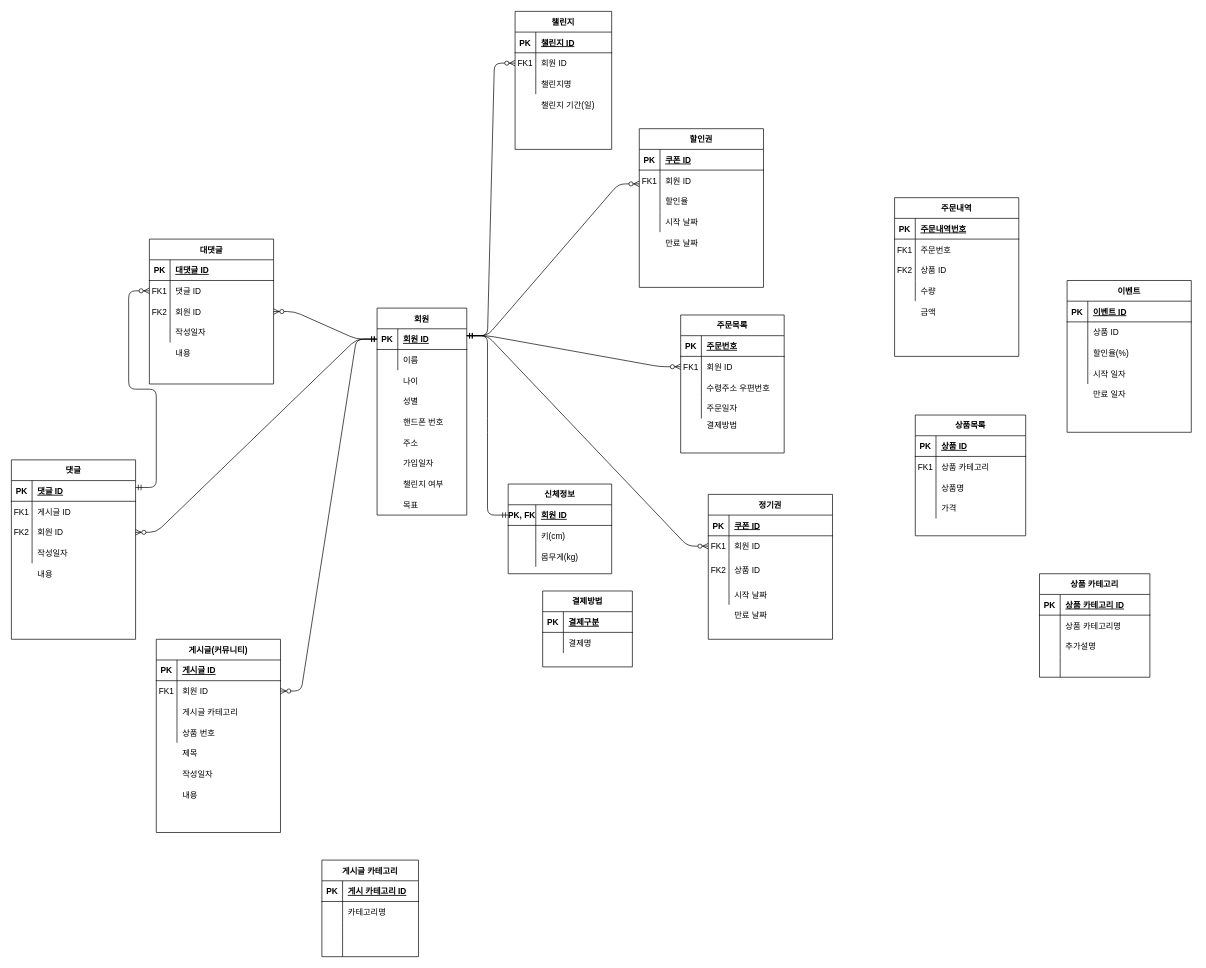
The draw.io diagram Untitled Diagram.drawio in eunhwa99/Lab-Intern, before the edit. Source tidied: cells renumbered, new cells numbered last; positions are measured from the earlier drawing's top-left corner, leaving out a move shared by most shapes. Both pictures are drawn from the tidied source at 69%, with x=0, y=0 at pixel (11, 11).
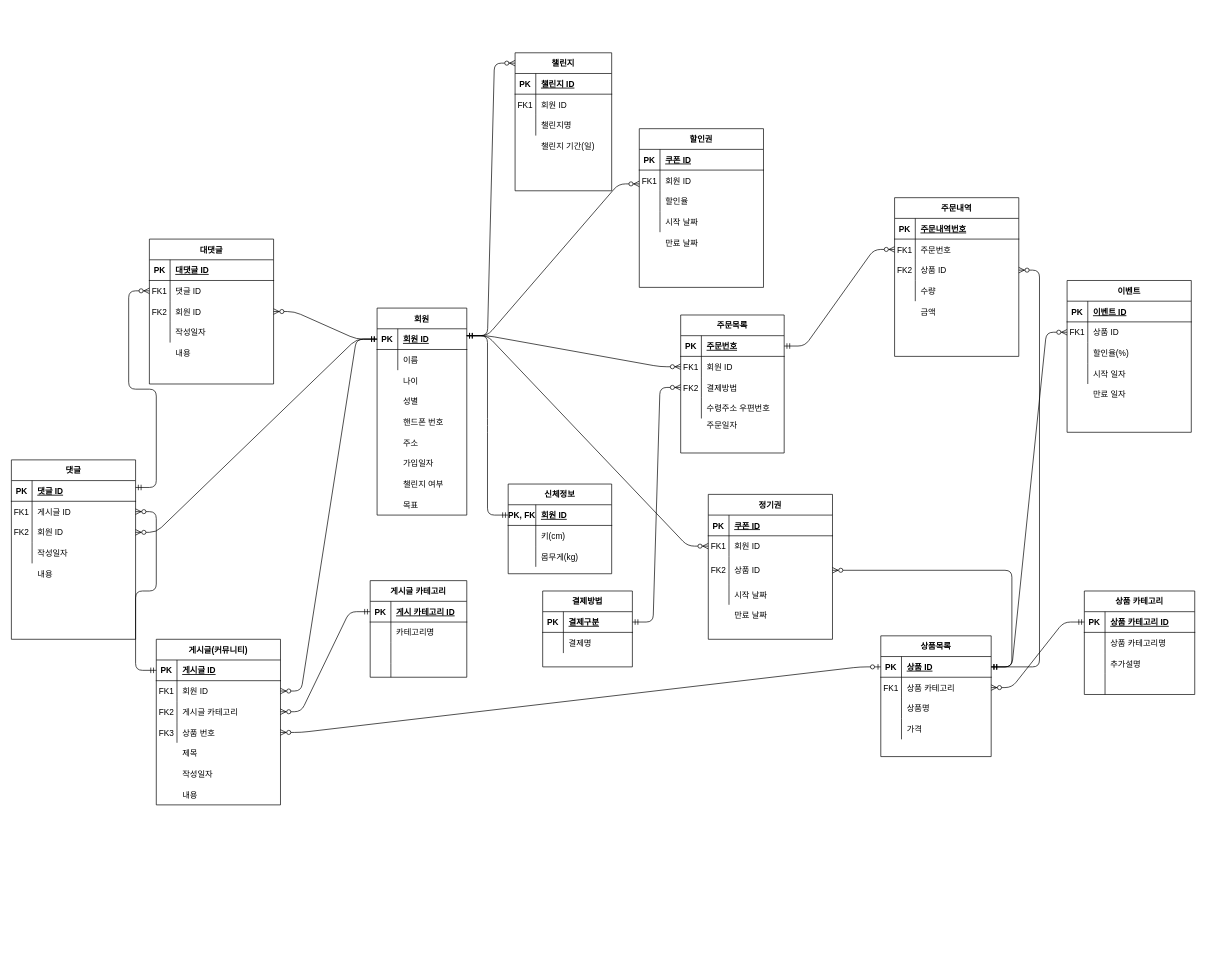
The same page after the edit.

The change refers to these unchanged cells:
```xml
<mxCell id="44" style="shape=partialRectangle;fillColor=none;top=0;left=0;bottom=0;right=0;points=[[0,0.5],[1,0.5]];portConstraint=eastwest;" parent="40" vertex="1">
  <mxGeometry y="60" width="180" height="30" as="geometry" />
</mxCell>
<mxCell id="47" style="shape=partialRectangle;fillColor=none;top=0;left=0;bottom=0;right=0;points=[[0,0.5],[1,0.5]];portConstraint=eastwest;" parent="40" vertex="1">
  <mxGeometry y="90" width="180" height="30" as="geometry" />
</mxCell>
<mxCell id="54" style="shape=partialRectangle;fillColor=none;top=0;left=0;bottom=1;right=0;points=[[0,0.5],[1,0.5]];portConstraint=eastwest;" parent="53" vertex="1">
  <mxGeometry y="30" width="150" height="30" as="geometry" />
</mxCell>
<mxCell id="60" style="shape=partialRectangle;fillColor=none;top=0;left=0;bottom=0;right=0;points=[[0,0.5],[1,0.5]];portConstraint=eastwest;" parent="53" vertex="1">
  <mxGeometry y="90" width="150" height="30" as="geometry" />
</mxCell>
<mxCell id="63" style="shape=partialRectangle;fillColor=none;top=0;left=0;bottom=0;right=0;" parent="53" vertex="1">
  <mxGeometry y="120" width="150" height="30" as="geometry" />
</mxCell>
<mxCell id="67" style="shape=partialRectangle;fillColor=none;top=0;left=0;bottom=1;right=0;points=[[0,0.5],[1,0.5]];portConstraint=eastwest;" parent="66" vertex="1">
  <mxGeometry y="30" width="130" height="30" as="geometry" />
</mxCell>
<mxCell id="90" style="shape=partialRectangle;fillColor=none;top=0;left=0;bottom=0;right=0;points=[[0,0.5],[1,0.5]];portConstraint=eastwest;" parent="86" vertex="1">
  <mxGeometry y="60" width="180" height="30" as="geometry" />
</mxCell>
<mxCell id="106" style="shape=partialRectangle;fillColor=none;top=0;left=0;bottom=0;right=0;points=[[0,0.5],[1,0.5]];portConstraint=eastwest;" parent="99" vertex="1">
  <mxGeometry y="90" width="180" height="40" as="geometry" />
</mxCell>
<mxCell id="113" style="shape=partialRectangle;fillColor=none;top=0;left=0;bottom=1;right=0;points=[[0,0.5],[1,0.5]];portConstraint=eastwest;" parent="112" vertex="1">
  <mxGeometry y="30" width="140" height="30" as="geometry" />
</mxCell>
<mxCell id="126" style="shape=partialRectangle;fillColor=none;top=0;left=0;bottom=1;right=0;points=[[0,0.5],[1,0.5]];portConstraint=eastwest;" parent="125" vertex="1">
  <mxGeometry y="30" width="180" height="30" as="geometry" />
</mxCell>
<mxCell id="132" style="shape=partialRectangle;fillColor=none;top=0;left=0;bottom=0;right=0;points=[[0,0.5],[1,0.5]];portConstraint=eastwest;" parent="125" vertex="1">
  <mxGeometry y="90" width="180" height="30" as="geometry" />
</mxCell>
<mxCell id="135" style="shape=partialRectangle;fillColor=none;top=0;left=0;bottom=0;right=0;points=[[0,0.5],[1,0.5]];portConstraint=eastwest;" parent="125" vertex="1">
  <mxGeometry y="120" width="180" height="30" as="geometry" />
</mxCell>
<mxCell id="168" style="shape=partialRectangle;fillColor=none;top=0;left=0;bottom=1;right=0;points=[[0,0.5],[1,0.5]];portConstraint=eastwest;" parent="167" vertex="1">
  <mxGeometry y="30" width="160" height="30" as="geometry" />
</mxCell>
<mxCell id="171" style="shape=partialRectangle;fillColor=none;top=0;left=0;bottom=0;right=0;points=[[0,0.5],[1,0.5]];portConstraint=eastwest;" parent="167" vertex="1">
  <mxGeometry y="60" width="160" height="30" as="geometry" />
</mxCell>
<mxCell id="181" style="shape=partialRectangle;fillColor=none;top=0;left=0;bottom=1;right=0;points=[[0,0.5],[1,0.5]];portConstraint=eastwest;" parent="180" vertex="1">
  <mxGeometry y="30" width="160" height="30" as="geometry" />
</mxCell>
<mxCell id="197" style="shape=partialRectangle;fillColor=none;top=0;left=0;bottom=0;right=0;points=[[0,0.5],[1,0.5]];portConstraint=eastwest;" parent="193" vertex="1">
  <mxGeometry y="60" width="180" height="30" as="geometry" />
</mxCell>
```

Change to the diagram source:
```diff
@@
     <mxCell id="2" value="챌린지" style="shape=table;startSize=30;childLayout=tableLayout;rowLines=0;fontStyle=1;align=center;" parent="1" vertex="1">
-      <mxGeometry x="730" width="140" height="200" as="geometry" />
+      <mxGeometry x="730" y="60" width="140" height="200" as="geometry" />
     </mxCell>
@@
     <mxCell id="26" value="챌린지 기간(일)" style="shape=partialRectangle;overflow=hidden;fillColor=none;top=0;left=0;bottom=0;right=0;align=left;spacingLeft=6;" parent="1" vertex="1">
-      <mxGeometry x="760" y="120" width="220" height="30" as="geometry" />
+      <mxGeometry x="760" y="180" width="220" height="30" as="geometry" />
     </mxCell>
@@
-    <mxCell id="61" style="shape=partialRectangle;fillColor=none;top=0;left=0;bottom=0;right=0;overflow=hidden;" parent="60" vertex="1">
+    <mxCell id="61" value="FK2" style="shape=partialRectangle;fillColor=none;top=0;left=0;bottom=0;right=0;overflow=hidden;" parent="60" vertex="1">
       <mxGeometry width="30" height="30" as="geometry" />
     </mxCell>
-    <mxCell id="62" value="수령주소 우편번호" style="shape=partialRectangle;fillColor=none;top=0;left=0;bottom=0;right=0;align=left;spacingLeft=6;overflow=hidden;" parent="60" vertex="1">
+    <mxCell id="62" value="결제방법" style="shape=partialRectangle;fillColor=none;top=0;left=0;bottom=0;right=0;align=left;spacingLeft=6;overflow=hidden;" parent="60" vertex="1">
       <mxGeometry x="30" width="120" height="30" as="geometry" />
     </mxCell>
@@
-    <mxCell id="65" value="주문일자" style="shape=partialRectangle;fillColor=none;top=0;left=0;bottom=0;right=0;align=left;spacingLeft=6;overflow=hidden;" parent="63" vertex="1">
+    <mxCell id="65" value="수령주소 우편번호" style="shape=partialRectangle;fillColor=none;top=0;left=0;bottom=0;right=0;align=left;spacingLeft=6;overflow=hidden;" parent="63" vertex="1">
       <mxGeometry x="30" width="120" height="30" as="geometry" />
     </mxCell>
@@
     <mxCell id="112" value="게시글 카테고리" style="shape=table;startSize=30;childLayout=tableLayout;rowLines=0;fontStyle=1;align=center;" parent="1" vertex="1">
-      <mxGeometry x="450" y="1230" width="140" height="140" as="geometry" />
+      <mxGeometry x="520" y="825" width="140" height="140" as="geometry" />
     </mxCell>
@@
     <mxCell id="125" value="게시글(커뮤니티)" style="shape=table;startSize=30;childLayout=tableLayout;rowLines=0;fontStyle=1;align=center;" parent="1" vertex="1">
-      <mxGeometry x="210" y="910" width="180" height="280" as="geometry" />
+      <mxGeometry x="210" y="910" width="180" height="240" as="geometry" />
     </mxCell>
@@
-    <mxCell id="133" style="shape=partialRectangle;fillColor=none;top=0;left=0;bottom=0;right=0;overflow=hidden;" parent="132" vertex="1">
+    <mxCell id="133" value="FK2" style="shape=partialRectangle;fillColor=none;top=0;left=0;bottom=0;right=0;overflow=hidden;" parent="132" vertex="1">
       <mxGeometry width="30" height="30" as="geometry" />
     </mxCell>
@@
-    <mxCell id="136" style="shape=partialRectangle;fillColor=none;top=0;left=0;bottom=0;right=0;overflow=hidden;" parent="135" vertex="1">
+    <mxCell id="136" value="FK3" style="shape=partialRectangle;fillColor=none;top=0;left=0;bottom=0;right=0;overflow=hidden;" parent="135" vertex="1">
       <mxGeometry width="30" height="30" as="geometry" />
     </mxCell>
@@
-    <mxCell id="162" value="결제방법" style="shape=partialRectangle;fillColor=none;top=0;left=0;bottom=0;right=0;align=left;spacingLeft=6;overflow=hidden;" parent="1" vertex="1">
+    <mxCell id="162" value="주문일자" style="shape=partialRectangle;fillColor=none;top=0;left=0;bottom=0;right=0;align=left;spacingLeft=6;overflow=hidden;" parent="1" vertex="1">
       <mxGeometry x="1000" y="585" width="150" height="30" as="geometry" />
     </mxCell>
@@
     <mxCell id="167" value="상품목록" style="shape=table;startSize=30;childLayout=tableLayout;rowLines=0;fontStyle=1;align=center;" parent="1" vertex="1">
-      <mxGeometry x="1310" y="585" width="160" height="175" as="geometry" />
+      <mxGeometry x="1260" y="905" width="160" height="175" as="geometry" />
     </mxCell>
@@
     <mxCell id="180" value="상품 카테고리" style="shape=table;startSize=30;childLayout=tableLayout;rowLines=0;fontStyle=1;align=center;" parent="1" vertex="1">
-      <mxGeometry x="1490" y="815" width="160" height="150" as="geometry" />
+      <mxGeometry x="1555" y="840" width="160" height="150" as="geometry" />
     </mxCell>
@@
-    <mxCell id="198" style="shape=partialRectangle;fillColor=none;top=0;left=0;bottom=0;right=0;overflow=hidden;" parent="197" vertex="1">
+    <mxCell id="198" value="FK1" style="shape=partialRectangle;fillColor=none;top=0;left=0;bottom=0;right=0;overflow=hidden;" parent="197" vertex="1">
       <mxGeometry width="30" height="30" as="geometry" />
     </mxCell>
@@
+    <mxCell id="216" style="edgeStyle=entityRelationEdgeStyle;fontSize=12;html=1;endArrow=ERzeroToMany;startArrow=ERmandOne;entryX=1;entryY=0.5;entryDx=0;entryDy=0;" parent="1" edge="1" source="126" target="90">
+      <mxGeometry relative="1" as="geometry" />
+    </mxCell>
+    <mxCell id="217" style="edgeStyle=entityRelationEdgeStyle;fontSize=12;html=1;endArrow=ERzeroToMany;startArrow=ERmandOne;exitX=1;exitY=0.5;exitDx=0;exitDy=0;entryX=0;entryY=0.5;entryDx=0;entryDy=0;" parent="1" edge="1" source="67" target="60">
+      <mxGeometry relative="1" as="geometry" />
+    </mxCell>
+    <mxCell id="218" style="edgeStyle=entityRelationEdgeStyle;fontSize=12;html=1;endArrow=ERzeroToMany;startArrow=ERmandOne;exitX=0;exitY=0.5;exitDx=0;exitDy=0;entryX=1;entryY=0.5;entryDx=0;entryDy=0;" parent="1" edge="1" source="113" target="132">
+      <mxGeometry relative="1" as="geometry" />
+    </mxCell>
+    <mxCell id="219" style="edgeStyle=entityRelationEdgeStyle;fontSize=12;html=1;endArrow=ERzeroToMany;startArrow=ERmandOne;exitX=1;exitY=0.5;exitDx=0;exitDy=0;entryX=0;entryY=0.5;entryDx=0;entryDy=0;" parent="1" edge="1" source="54" target="44">
+      <mxGeometry relative="1" as="geometry" />
+    </mxCell>
+    <mxCell id="220" style="edgeStyle=entityRelationEdgeStyle;fontSize=12;html=1;endArrow=ERzeroToMany;startArrow=ERmandOne;" parent="1" edge="1" target="47">
+      <mxGeometry relative="1" as="geometry">
+        <mxPoint x="1420" y="950" as="sourcePoint" />
+      </mxGeometry>
+    </mxCell>
+    <mxCell id="221" style="edgeStyle=entityRelationEdgeStyle;fontSize=12;html=1;endArrow=ERzeroToMany;startArrow=ERmandOne;exitX=0;exitY=0.5;exitDx=0;exitDy=0;" parent="1" edge="1" source="181" target="171">
+      <mxGeometry relative="1" as="geometry" />
+    </mxCell>
+    <mxCell id="222" style="edgeStyle=entityRelationEdgeStyle;fontSize=12;html=1;endArrow=ERzeroToMany;startArrow=ERmandOne;entryX=0;entryY=0.5;entryDx=0;entryDy=0;" parent="1" edge="1" target="197">
+      <mxGeometry relative="1" as="geometry">
+        <mxPoint x="1420" y="950" as="sourcePoint" />
+      </mxGeometry>
+    </mxCell>
+    <mxCell id="223" style="edgeStyle=entityRelationEdgeStyle;fontSize=12;html=1;endArrow=ERzeroToMany;startArrow=ERmandOne;entryX=1;entryY=0.5;entryDx=0;entryDy=0;" parent="1" edge="1" target="106">
+      <mxGeometry relative="1" as="geometry">
+        <mxPoint x="1420" y="950" as="sourcePoint" />
+      </mxGeometry>
+    </mxCell>
+    <mxCell id="224" style="edgeStyle=entityRelationEdgeStyle;fontSize=12;html=1;endArrow=ERzeroToMany;startArrow=ERzeroToOne;exitX=0;exitY=0.5;exitDx=0;exitDy=0;entryX=1;entryY=0.5;entryDx=0;entryDy=0;" parent="1" edge="1" source="168" target="135">
+      <mxGeometry relative="1" as="geometry" />
+    </mxCell>
```
